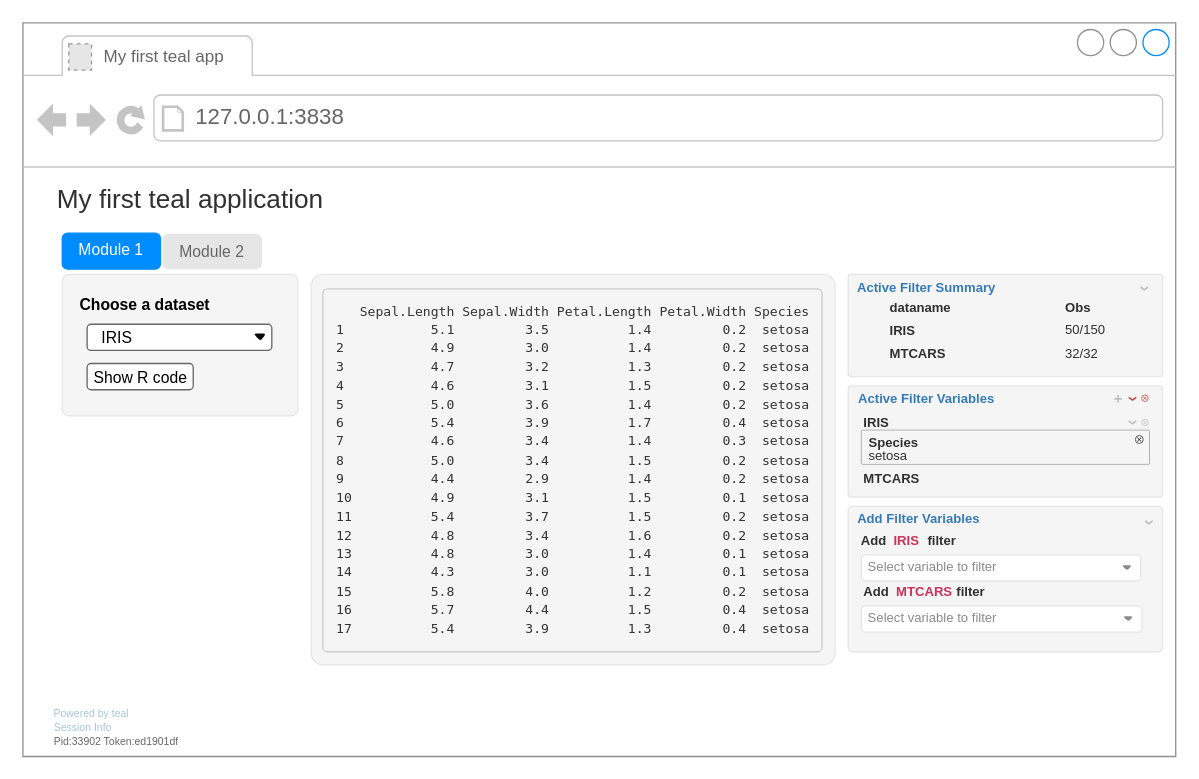
insightsengineering/teal keeps this draw.io diagram as inst/design/teal-app-components-hover.drawio. Above is the earlier version. Source tidied: cells renumbered, new cells numbered last; positions are measured from the earlier drawing's top-left corner, leaving out a move shared by most shapes. Both pictures are drawn from the tidied source at 131%, with x=0, y=0 at pixel (22, 22). Pictures stored in the file or linked from it are replaced by grey dashed boxes.
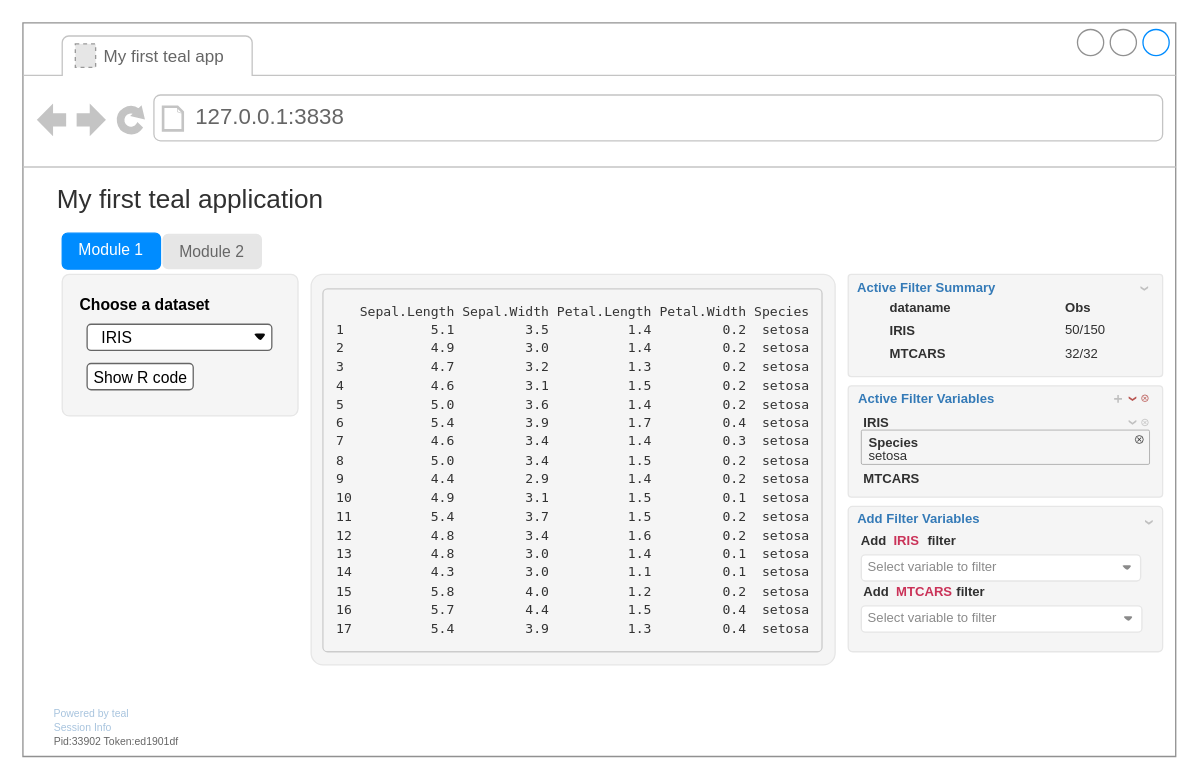
The same diagram, later.

Diff of the diagram source:
```diff
@@
-    <mxCell id="6" style="fillColor=#E6E6E6;strokeColor=#999999;dashed=1;verticalLabelPosition=bottom;labelBackgroundColor=default;verticalAlign=top;" parent="1" vertex="1">
-      <mxGeometry x="35" y="16" width="17.4" height="20" as="geometry" />
-    </mxCell>
@@
+    <mxCell id="61" style="fillColor=#E6E6E6;strokeColor=#999999;dashed=1;verticalLabelPosition=bottom;labelBackgroundColor=default;verticalAlign=top;" parent="1" vertex="1">
+      <mxGeometry x="40" y="16" width="15.5" height="18" as="geometry" />
+    </mxCell>
```
